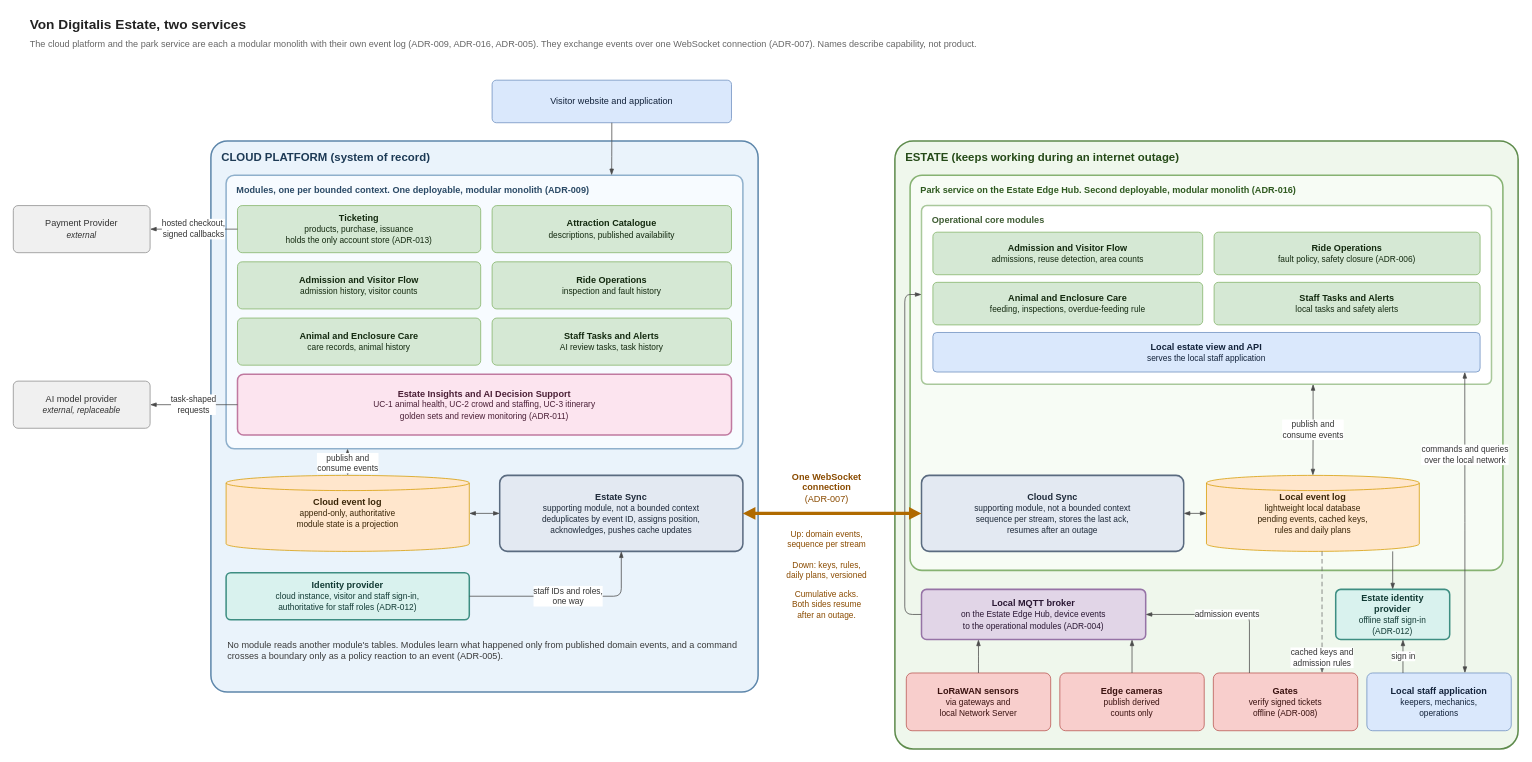
Above: diagrams/architecture-cloud-estate.drawio in malloc37/ByteDojoArchiKata2026 (draw.io), before the change. Source tidied: cells renumbered, new cells numbered last; positions are measured from the earlier drawing's top-left corner, leaving out a move shared by most shapes. Both pictures are drawn from the tidied source at 76%, with x=0, y=0 at pixel (13, 13).
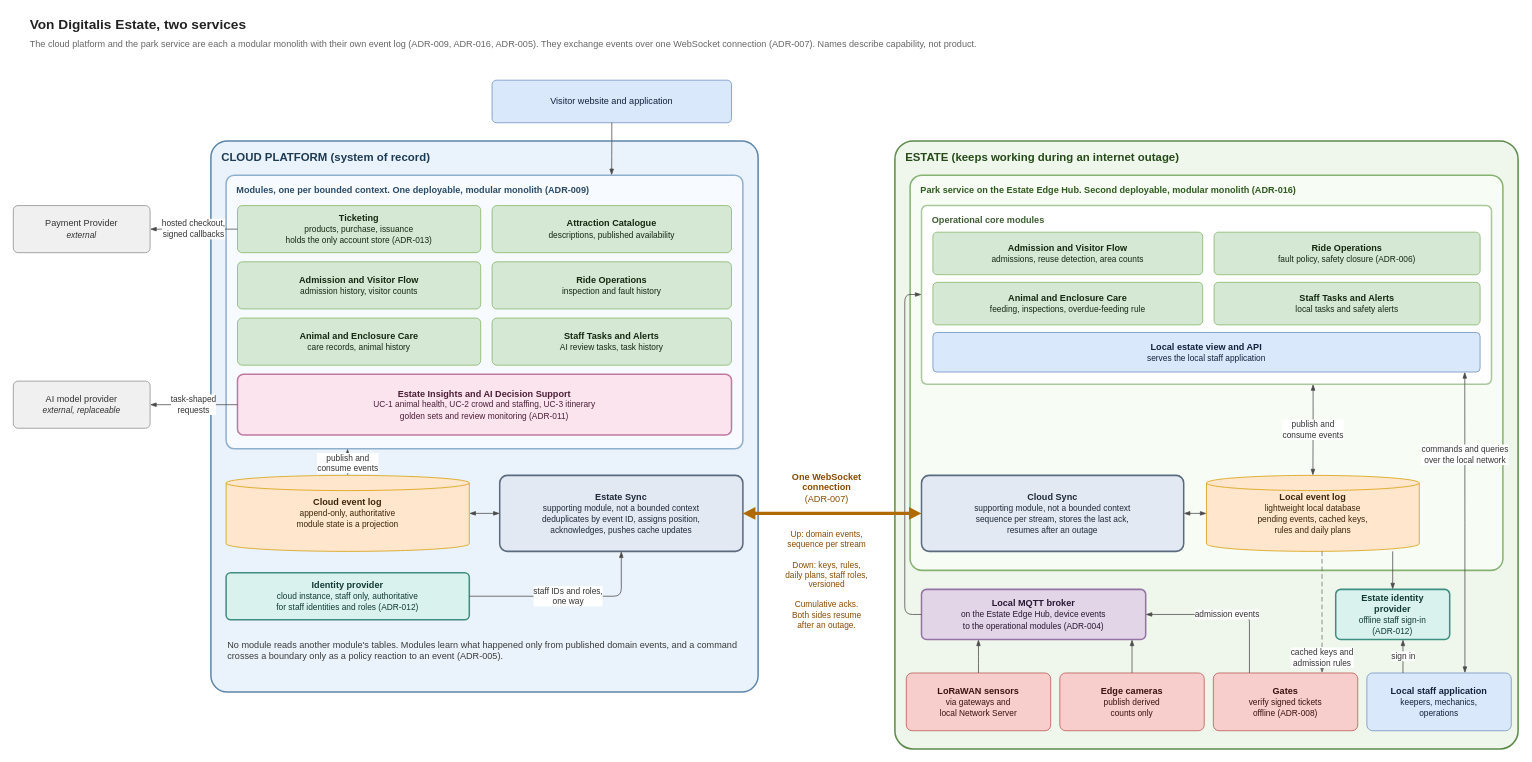
Above is the later version.

Commit message (it also covers changes not shown here):
Show identity provider as staff only and staff roles in sync cache

Diff of the diagram source:
```diff
@@
-    <mxCell id="24" value="&lt;b&gt;Identity provider&lt;/b&gt;&lt;br&gt;&lt;span style='font-size:11px'&gt;cloud instance, visitor and staff sign-in,&lt;br&gt;authoritative for staff roles (ADR-012)&lt;/span&gt;" style="rounded=1;whiteSpace=wrap;html=1;arcSize=10;fontSize=12;verticalAlign=middle;fillColor=#D9F2EE;strokeColor=#3E8E82;strokeWidth=2;fontColor=#123A34;" parent="1" vertex="1">
+    <mxCell id="24" value="&lt;b&gt;Identity provider&lt;/b&gt;&lt;br&gt;&lt;span style='font-size:11px'&gt;cloud instance, staff only, authoritative&lt;br&gt;for staff identities and roles (ADR-012)&lt;/span&gt;" style="rounded=1;whiteSpace=wrap;html=1;arcSize=10;fontSize=12;verticalAlign=middle;fillColor=#D9F2EE;strokeColor=#3E8E82;strokeWidth=2;fontColor=#123A34;" parent="1" vertex="1">
       <mxGeometry x="280" y="736" width="320" height="62" as="geometry" />
     </mxCell>
@@
-    <mxCell id="54" value="Up: domain events,&lt;br&gt;sequence per stream&lt;br&gt;&lt;br&gt;Down: keys, rules,&lt;br&gt;daily plans, versioned&lt;br&gt;&lt;br&gt;Cumulative acks.&lt;br&gt;Both sides resume&lt;br&gt;after an outage." style="text;html=1;align=center;verticalAlign=top;fontSize=11;fontColor=#8A4B00;" parent="1" vertex="1">
+    <mxCell id="54" value="Up: domain events,&lt;br&gt;sequence per stream&lt;br&gt;&lt;br&gt;Down: keys, rules,&lt;br&gt;daily plans, staff roles,&lt;br&gt;versioned&lt;br&gt;&lt;br&gt;Cumulative acks.&lt;br&gt;Both sides resume&lt;br&gt;after an outage." style="text;html=1;align=center;verticalAlign=top;fontSize=11;fontColor=#8A4B00;" parent="1" vertex="1">
       <mxGeometry x="985" y="673" width="170" height="170" as="geometry" />
     </mxCell>
```
